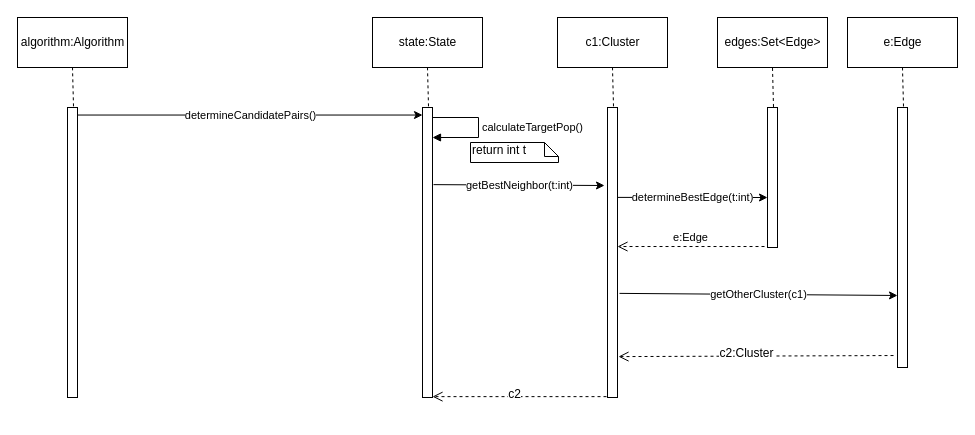
Above: Presentation/modifiableDocuments/26. Use joinability function while determining the candidate pairs.drawio in Randypaquette13/CSE308New (draw.io), before the change. Source tidied: cells renumbered, new cells numbered last; positions are measured from the earlier drawing's top-left corner, leaving out a move shared by most shapes. Both pictures are drawn from the tidied source at 100%, with x=0, y=0 at pixel (17, 17).
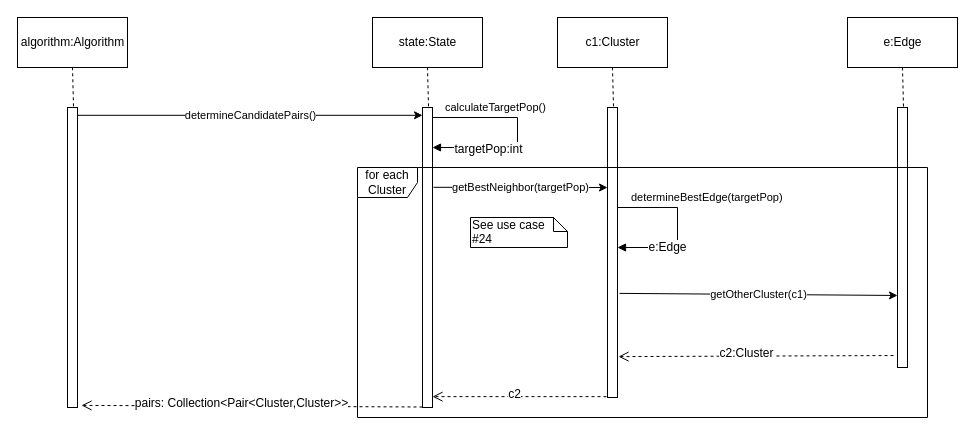
The same diagram, later.

Unchanged cells that the change refers to:
```xml
<mxCell id="9" style="html=1;points=[];perimeter=orthogonalPerimeter;" parent="1" vertex="1">
  <mxGeometry x="590" y="90" width="10" height="290" as="geometry" />
</mxCell>
```

Diff of the diagram source:
```diff
@@
     <mxCell id="2" style="html=1;points=[];perimeter=orthogonalPerimeter;" parent="1" vertex="1">
-      <mxGeometry x="50" y="90" width="10" height="290" as="geometry" />
+      <mxGeometry x="50" y="90" width="10" height="300" as="geometry" />
     </mxCell>
@@
     <mxCell id="5" style="html=1;points=[];perimeter=orthogonalPerimeter;" parent="1" vertex="1">
-      <mxGeometry x="405" y="90" width="10" height="290" as="geometry" />
+      <mxGeometry x="405" y="90" width="10" height="300" as="geometry" />
     </mxCell>
@@
-    <mxCell id="15" style="html=1;points=[];perimeter=orthogonalPerimeter;" parent="1" vertex="1">
-      <mxGeometry x="750" y="90" width="10" height="140" as="geometry" />
-    </mxCell>
-    <mxCell id="16" value="edges:Set&amp;lt;Edge&amp;gt;" style="html=1;" parent="1" vertex="1">
-      <mxGeometry x="700" width="110" height="50" as="geometry" />
-    </mxCell>
-    <mxCell id="17" style="endArrow=none;dashed=1;html=1;entryX=0.5;entryY=1;entryDx=0;entryDy=0;exitX=0.6;exitY=-0.004;exitDx=0;exitDy=0;exitPerimeter=0;" parent="1" edge="1" source="15" target="16">
-      <mxGeometry relative="1" as="geometry" />
-    </mxCell>
-    <mxCell id="18" value="determineBestEdge(t:int)" style="endArrow=classic;html=1;exitX=1;exitY=0.31;exitDx=0;exitDy=0;exitPerimeter=0;entryX=0;entryY=0.643;entryDx=0;entryDy=0;entryPerimeter=0;" parent="1" edge="1" source="9" target="15">
-      <mxGeometry relative="1" as="geometry" />
-    </mxCell>
@@
-    <mxCell id="20" value="e:Edge" style="html=1;verticalAlign=bottom;endArrow=open;dashed=1;endSize=8;exitX=-0.3;exitY=0.993;exitDx=0;exitDy=0;exitPerimeter=0;" parent="1" edge="1" source="15" target="9">
-      <mxGeometry relative="1" as="geometry" />
-    </mxCell>
@@
     <mxCell id="23" value="calculateTargetPop()" style="edgeStyle=orthogonalEdgeStyle;html=1;align=left;spacingLeft=2;endArrow=block;rounded=0;" parent="1" edge="1">
-      <mxGeometry relative="1" as="geometry">
+      <mxGeometry x="-0.91" y="10" relative="1" as="geometry">
         <mxPoint x="415" y="100" as="sourcePoint" />
-        <mxPoint x="415" y="120" as="targetPoint" />
+        <mxPoint x="415" y="130" as="targetPoint" />
         <Array as="points">
-          <mxPoint x="461" y="100" />
-          <mxPoint x="461" y="120" />
-          <mxPoint x="415" y="120" />
+          <mxPoint x="500" y="100" />
+          <mxPoint x="500" y="130" />
+          <mxPoint x="415" y="130" />
         </Array>
       </mxGeometry>
     </mxCell>
-    <mxCell id="24" value="return int t" style="shape=note;whiteSpace=wrap;html=1;size=14;verticalAlign=top;align=left;spacingTop=-6;" parent="1" vertex="1">
-      <mxGeometry x="453" y="125" width="88" height="20" as="geometry" />
-    </mxCell>
+    <mxCell id="28" value="targetPop:int" style="text;html=1;align=center;verticalAlign=middle;labelBackgroundColor=#ffffff;" parent="23" vertex="1">
+      <mxGeometry x="0.45" y="1" relative="1" as="geometry" />
+    </mxCell>
-    <mxCell id="25" value="getBestNeighbor(t:int)" style="endArrow=classic;html=1;entryX=-0.3;entryY=0.269;entryDx=0;entryDy=0;entryPerimeter=0;exitX=1.1;exitY=0.266;exitDx=0;exitDy=0;exitPerimeter=0;" parent="1" edge="1" source="5" target="9">
+    <mxCell id="25" value="getBestNeighbor(targetPop)" style="endArrow=classic;html=1;entryX=0;entryY=0.276;entryDx=0;entryDy=0;entryPerimeter=0;exitX=1.1;exitY=0.266;exitDx=0;exitDy=0;exitPerimeter=0;" parent="1" edge="1" source="5" target="9">
       <mxGeometry relative="1" as="geometry" />
     </mxCell>
@@
+    <mxCell id="29" value="determineBestEdge(targetPop)" style="edgeStyle=orthogonalEdgeStyle;html=1;align=left;spacingLeft=2;endArrow=block;rounded=0;" parent="1" edge="1">
+      <mxGeometry x="-0.88" y="10" relative="1" as="geometry">
+        <mxPoint x="600" y="190" as="sourcePoint" />
+        <mxPoint x="600" y="230" as="targetPoint" />
+        <Array as="points">
+          <mxPoint x="660" y="190" />
+          <mxPoint x="660" y="230" />
+          <mxPoint x="600" y="230" />
+        </Array>
+      </mxGeometry>
+    </mxCell>
+    <mxCell id="20" value="e:Edge" style="text;html=1;align=center;verticalAlign=middle;labelBackgroundColor=#ffffff;" parent="29" vertex="1">
+      <mxGeometry x="0.39" y="-1" relative="1" as="geometry" />
+    </mxCell>
+    <mxCell id="30" style="html=1;verticalAlign=bottom;endArrow=open;dashed=1;endSize=8;entryX=1.4;entryY=0.993;entryDx=0;entryDy=0;entryPerimeter=0;" parent="1" edge="1" target="2">
+      <mxGeometry relative="1" as="geometry">
+        <mxPoint x="405" y="389.5" as="sourcePoint" />
+      </mxGeometry>
+    </mxCell>
+    <mxCell id="31" value="pairs: Collection&amp;lt;Pair&amp;lt;Cluster,Cluster&amp;gt;&amp;gt;" style="text;html=1;align=center;verticalAlign=middle;labelBackgroundColor=#ffffff;" parent="30" vertex="1">
+      <mxGeometry x="0.07" y="-3" relative="1" as="geometry" />
+    </mxCell>
+    <mxCell id="32" value="for each Cluster" style="shape=umlFrame;whiteSpace=wrap;html=1;" parent="1" vertex="1">
+      <mxGeometry x="340" y="150" width="570" height="250" as="geometry" />
+    </mxCell>
+    <mxCell id="33" value="See use case&amp;nbsp;&lt;br&gt;#24&lt;br&gt;" style="shape=note;whiteSpace=wrap;html=1;size=14;verticalAlign=top;align=left;spacingTop=-6;" parent="1" vertex="1">
+      <mxGeometry x="453" y="200" width="97" height="30" as="geometry" />
+    </mxCell>
```
